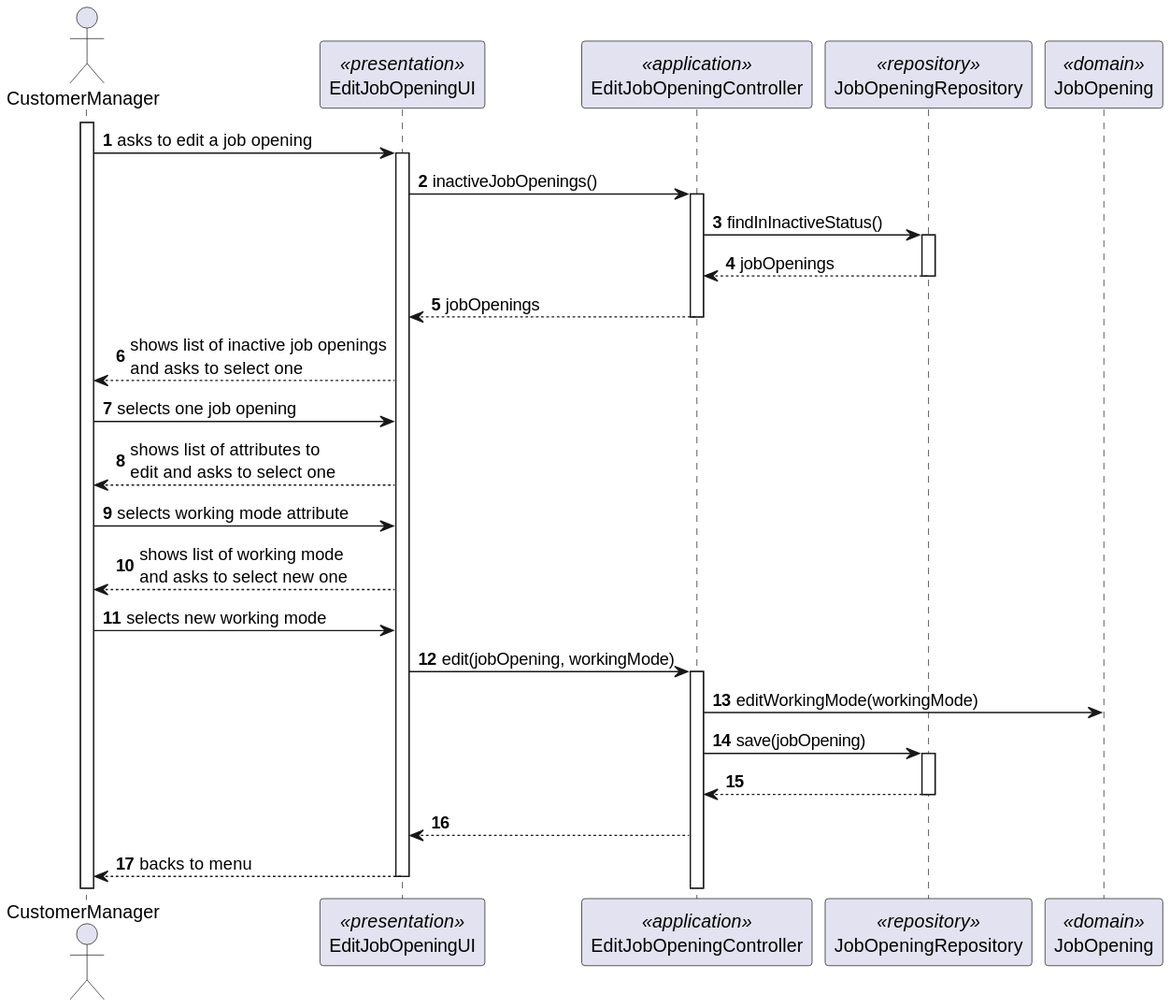
Rodrick0209/ISEP-SEM4PI-23-24 keeps this PlantUML diagram as docs/SprintC/us1004/SD/SD-Edit-Working-Mode.svg. Above is the earlier version.
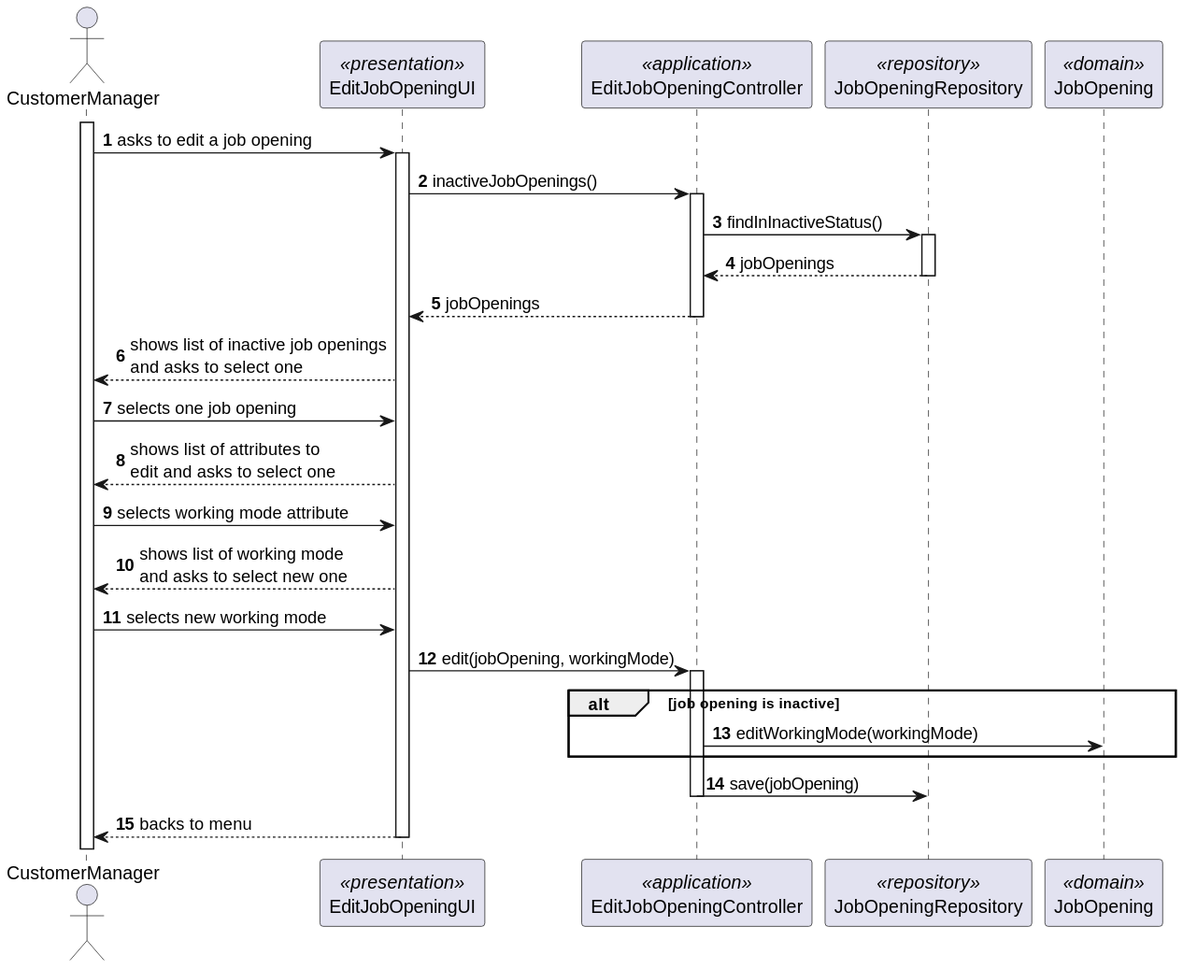
The same diagram one commit later.

Commit message:
US 1004 Design fixed (added alternatives to editing Job Opening in SD) #36

Change to the diagram source:
```diff
@@ -27,12 +27,11 @@
 CustomerManager -> EditJobOpeningUI : selects new working mode
 EditJobOpeningUI -> EditJobOpeningController : edit(jobOpening, workingMode)
 activate EditJobOpeningController
+alt job opening is inactive
 EditJobOpeningController -> JobOpening : editWorkingMode(workingMode)
+end alt
 EditJobOpeningController -> JobOpeningRepository : save(jobOpening)
-activate JobOpeningRepository
-JobOpeningRepository --> EditJobOpeningController :
-deactivate JobOpeningRepository
-EditJobOpeningController --> EditJobOpeningUI :
+deactivate EditJobOpeningController
 EditJobOpeningUI --> CustomerManager : backs to menu
 deactivate EditJobOpeningUI
 @enduml
```
